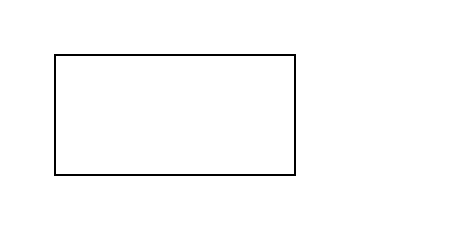
Above: hello.drawio in Jurmean/myrepository (draw.io), before the change. Source tidied: cells renumbered, new cells numbered last; positions are measured from the earlier drawing's top-left corner, leaving out a move shared by most shapes. Both pictures are drawn from the tidied source at 200%, with x=0, y=0 at pixel (54, 54).
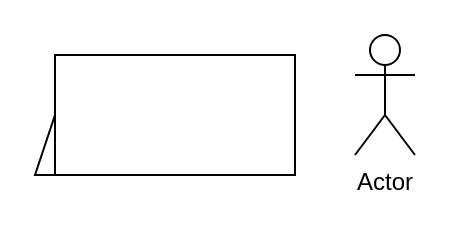
The same page after the edit.

Diff of the diagram source:
```diff
@@
 <mxGraphModel>
   <root>
     <mxCell id="0" />
     <mxCell id="1" parent="0" />
+    <mxCell id="3" style="shape=trapezoid;perimeter=trapezoidPerimeter;whiteSpace=wrap;html=1;fixedSize=1;" parent="1" vertex="1">
+      <mxGeometry x="-10" width="120" height="60" as="geometry" />
+    </mxCell>
     <mxCell id="2" style="rounded=0;whiteSpace=wrap;html=1;" parent="1" vertex="1">
       <mxGeometry width="120" height="60" as="geometry" />
     </mxCell>
+    <mxCell id="4" value="Actor" style="shape=umlActor;verticalLabelPosition=bottom;verticalAlign=top;html=1;" parent="1" vertex="1">
+      <mxGeometry x="150" y="-10" width="30" height="60" as="geometry" />
+    </mxCell>
   </root>
 </mxGraphModel>
```
